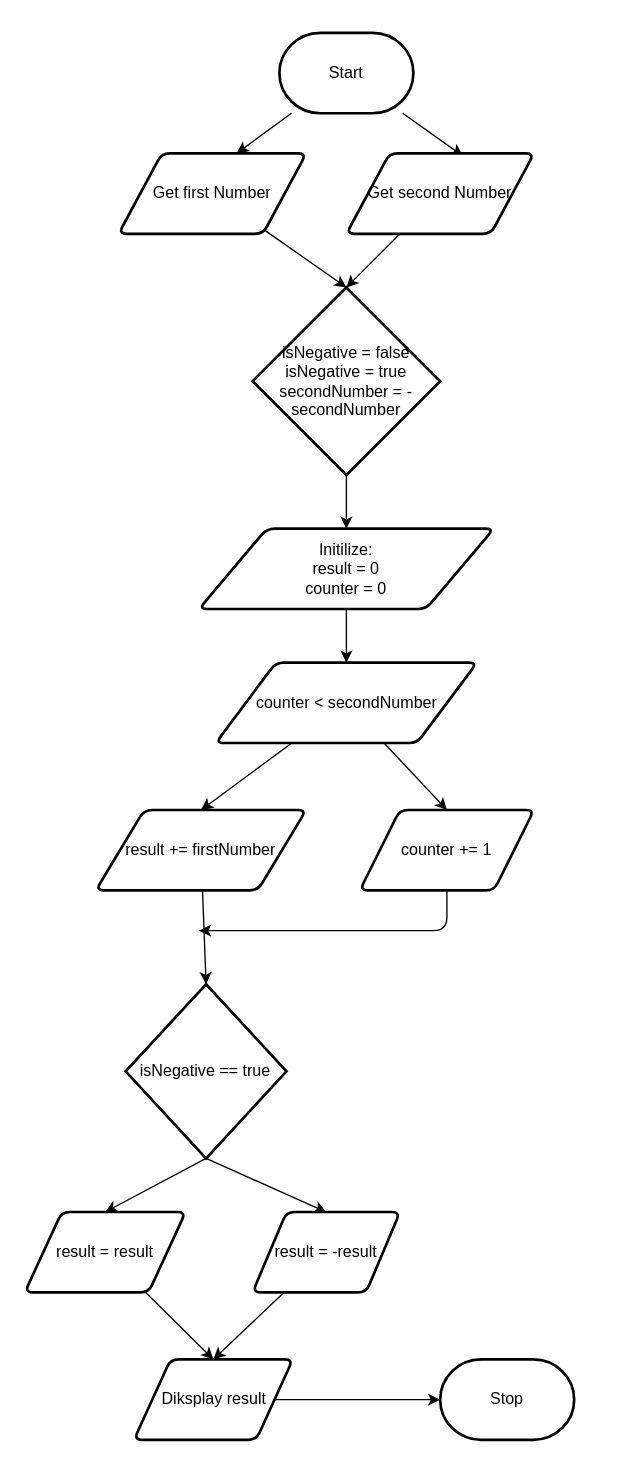
Before: design/flowchart.drawio in MTHS-ICD2O-1-2023/ICD2O-Unit-5-06-tymofii-stepanov, a draw.io diagram. Source tidied: cells renumbered, new cells numbered last; positions are measured from the earlier drawing's top-left corner, leaving out a move shared by most shapes. Both pictures are drawn from the tidied source at 134%, with x=0, y=0 at pixel (24, 32).
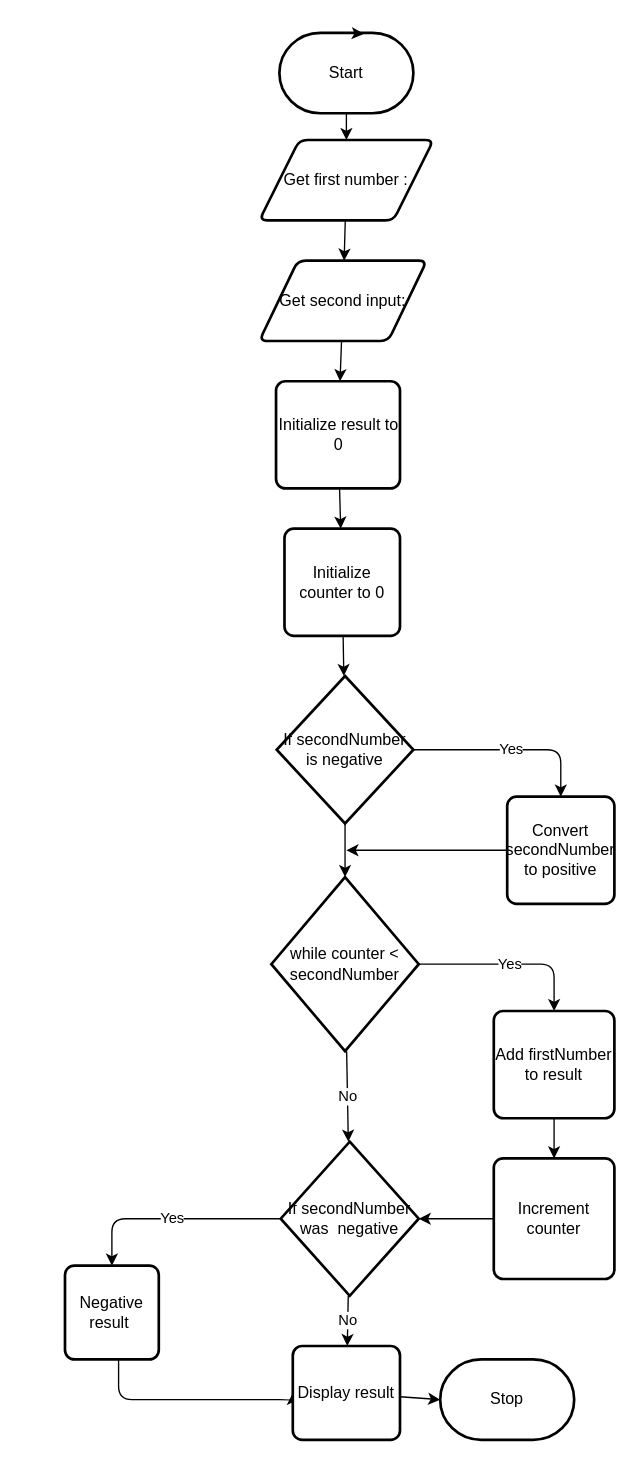
Above is the later version.

Unchanged cells that the change refers to:
```xml
<mxCell id="4" value="Start" style="strokeWidth=2;html=1;shape=mxgraph.flowchart.terminator;whiteSpace=wrap;" parent="1" vertex="1">
  <mxGeometry x="190" width="100" height="60" as="geometry" />
</mxCell>
<mxCell id="5" value="Stop" style="strokeWidth=2;html=1;shape=mxgraph.flowchart.terminator;whiteSpace=wrap;" parent="1" vertex="1">
  <mxGeometry x="310" y="990" width="100" height="60" as="geometry" />
</mxCell>
```

What changed in the source:
```diff
@@
-    <mxCell id="2" style="edgeStyle=none;html=1;entryX=0.629;entryY=0;entryDx=0;entryDy=0;entryPerimeter=0;" parent="1" edge="1" source="4" target="8">
-      <mxGeometry relative="1" as="geometry" />
-    </mxCell>
-    <mxCell id="3" style="edgeStyle=none;html=1;entryX=0.621;entryY=0.033;entryDx=0;entryDy=0;entryPerimeter=0;" parent="1" edge="1" source="4" target="10">
-      <mxGeometry relative="1" as="geometry" />
-    </mxCell>
+    <mxCell id="31" style="edgeStyle=none;html=1;" parent="1" edge="1" source="4" target="33">
+      <mxGeometry relative="1" as="geometry" />
+    </mxCell>
@@
+    <mxCell id="32" style="edgeStyle=none;html=1;" parent="1" edge="1" source="33" target="35">
+      <mxGeometry relative="1" as="geometry" />
+    </mxCell>
+    <mxCell id="33" value="Get first number :" style="shape=parallelogram;html=1;strokeWidth=2;perimeter=parallelogramPerimeter;whiteSpace=wrap;rounded=1;arcSize=12;size=0.23;" parent="1" vertex="1">
+      <mxGeometry x="175" y="80" width="130" height="60" as="geometry" />
+    </mxCell>
+    <mxCell id="34" style="edgeStyle=none;html=1;" parent="1" edge="1" source="35" target="38">
+      <mxGeometry relative="1" as="geometry" />
+    </mxCell>
+    <mxCell id="35" value="Get second input:" style="shape=parallelogram;html=1;strokeWidth=2;perimeter=parallelogramPerimeter;whiteSpace=wrap;rounded=1;arcSize=12;size=0.23;" parent="1" vertex="1">
+      <mxGeometry x="175" y="170" width="125" height="60" as="geometry" />
+    </mxCell>
+    <mxCell id="36" style="edgeStyle=none;html=1;exitX=0.5;exitY=0;exitDx=0;exitDy=0;exitPerimeter=0;entryX=0.63;entryY=0.013;entryDx=0;entryDy=0;entryPerimeter=0;" parent="1" edge="1" source="4" target="4">
+      <mxGeometry relative="1" as="geometry" />
+    </mxCell>
+    <mxCell id="37" style="edgeStyle=none;html=1;" parent="1" edge="1" source="38" target="40">
+      <mxGeometry relative="1" as="geometry" />
+    </mxCell>
+    <mxCell id="38" value="Initialize result to 0" style="rounded=1;whiteSpace=wrap;html=1;absoluteArcSize=1;arcSize=14;strokeWidth=2;" parent="1" vertex="1">
+      <mxGeometry x="187.5" y="260" width="92.5" height="80" as="geometry" />
+    </mxCell>
+    <mxCell id="39" style="edgeStyle=none;html=1;" parent="1" edge="1" source="40" target="41">
+      <mxGeometry relative="1" as="geometry" />
+    </mxCell>
+    <mxCell id="40" value="Initialize counter to 0" style="rounded=1;whiteSpace=wrap;html=1;absoluteArcSize=1;arcSize=14;strokeWidth=2;" parent="1" vertex="1">
+      <mxGeometry x="193.8" y="370" width="86.2" height="80" as="geometry" />
+    </mxCell>
+    <mxCell id="10" value="Yes" style="edgeStyle=orthogonalEdgeStyle;html=1;entryX=0.5;entryY=0;entryDx=0;entryDy=0;" parent="1" edge="1" source="41" target="8">
+      <mxGeometry relative="1" as="geometry" />
+    </mxCell>
+    <mxCell id="3" style="html=1;" parent="1" edge="1" source="41" target="2">
+      <mxGeometry relative="1" as="geometry" />
+    </mxCell>
+    <mxCell id="41" value="If secondNumber&lt;br&gt;is negative" style="strokeWidth=2;html=1;shape=mxgraph.flowchart.decision;whiteSpace=wrap;" parent="1" vertex="1">
+      <mxGeometry x="188" y="480" width="102" height="110" as="geometry" />
+    </mxCell>
+    <mxCell id="12" style="edgeStyle=none;html=1;" parent="1" edge="1" source="8">
+      <mxGeometry relative="1" as="geometry">
+        <mxPoint x="240" y="610" as="targetPoint" />
+      </mxGeometry>
+    </mxCell>
+    <mxCell id="8" value="Convert secondNumber&lt;br&gt;to positive" style="rounded=1;whiteSpace=wrap;html=1;absoluteArcSize=1;arcSize=14;strokeWidth=2;" parent="1" vertex="1">
+      <mxGeometry x="360" y="570" width="80" height="80" as="geometry" />
+    </mxCell>
-    <mxCell id="7" style="edgeStyle=none;html=1;entryX=0.5;entryY=0;entryDx=0;entryDy=0;entryPerimeter=0;" parent="1" edge="1" source="8" target="12">
+    <mxCell id="7" value="Yes" style="edgeStyle=orthogonalEdgeStyle;html=1;entryX=0.5;entryY=0;entryDx=0;entryDy=0;" parent="1" edge="1" source="2" target="9">
       <mxGeometry relative="1" as="geometry" />
     </mxCell>
-    <mxCell id="8" value="Get first Number" style="shape=parallelogram;html=1;strokeWidth=2;perimeter=parallelogramPerimeter;whiteSpace=wrap;rounded=1;arcSize=12;size=0.23;" parent="1" vertex="1">
-      <mxGeometry x="70" y="90" width="140" height="60" as="geometry" />
-    </mxCell>
+    <mxCell id="19" value="No" style="edgeStyle=none;html=1;" parent="1" edge="1" source="2" target="17">
+      <mxGeometry relative="1" as="geometry" />
+    </mxCell>
+    <mxCell id="2" value="while counter &amp;lt;&lt;br&gt;secondNumber" style="strokeWidth=2;html=1;shape=mxgraph.flowchart.decision;whiteSpace=wrap;" parent="1" vertex="1">
+      <mxGeometry x="184" y="630" width="110" height="130" as="geometry" />
+    </mxCell>
+    <mxCell id="11" style="edgeStyle=orthogonalEdgeStyle;html=1;" parent="1" edge="1" source="9" target="14">
+      <mxGeometry relative="1" as="geometry" />
+    </mxCell>
-    <mxCell id="9" style="edgeStyle=none;html=1;entryX=0.5;entryY=0;entryDx=0;entryDy=0;entryPerimeter=0;" parent="1" edge="1" source="10" target="12">
-      <mxGeometry relative="1" as="geometry" />
+    <mxCell id="9" value="Add firstNumber&lt;br&gt;to result" style="rounded=1;whiteSpace=wrap;html=1;absoluteArcSize=1;arcSize=14;strokeWidth=2;" parent="1" vertex="1">
+      <mxGeometry x="350" y="730" width="90" height="80" as="geometry" />
     </mxCell>
-    <mxCell id="10" value="Get second Number" style="shape=parallelogram;html=1;strokeWidth=2;perimeter=parallelogramPerimeter;whiteSpace=wrap;rounded=1;arcSize=12;size=0.23;" parent="1" vertex="1">
-      <mxGeometry x="240" y="90" width="140" height="60" as="geometry" />
-    </mxCell>
-    <mxCell id="11" style="edgeStyle=none;html=1;" parent="1" edge="1" source="12" target="14">
-      <mxGeometry relative="1" as="geometry" />
-    </mxCell>
-    <mxCell id="12" value="isNegative = false&lt;br&gt;isNegative = true&lt;br&gt;secondNumber = -secondNumber" style="strokeWidth=2;html=1;shape=mxgraph.flowchart.decision;whiteSpace=wrap;" parent="1" vertex="1">
-      <mxGeometry x="170" y="190" width="140" height="140" as="geometry" />
-    </mxCell>
-    <mxCell id="13" style="edgeStyle=none;html=1;" parent="1" edge="1" source="14" target="17">
+    <mxCell id="13" style="html=1;entryX=1;entryY=0.5;entryDx=0;entryDy=0;entryPerimeter=0;" parent="1" edge="1" source="14" target="17">
       <mxGeometry relative="1" as="geometry" />
     </mxCell>
-    <mxCell id="14" value="Initilize:&lt;br&gt;result = 0&lt;br&gt;counter = 0" style="shape=parallelogram;html=1;strokeWidth=2;perimeter=parallelogramPerimeter;whiteSpace=wrap;rounded=1;arcSize=12;size=0.23;" parent="1" vertex="1">
-      <mxGeometry x="130" y="370" width="220" height="60" as="geometry" />
+    <mxCell id="14" value="Increment counter" style="rounded=1;whiteSpace=wrap;html=1;absoluteArcSize=1;arcSize=14;strokeWidth=2;" parent="1" vertex="1">
+      <mxGeometry x="350" y="840" width="90" height="90" as="geometry" />
     </mxCell>
+    <mxCell id="21" value="Yes" style="edgeStyle=orthogonalEdgeStyle;html=1;entryX=0.5;entryY=0;entryDx=0;entryDy=0;" parent="1" edge="1" source="17" target="15">
+      <mxGeometry relative="1" as="geometry" />
+    </mxCell>
+    <mxCell id="42" value="No" style="html=1;" parent="1" edge="1" source="17" target="16">
+      <mxGeometry relative="1" as="geometry" />
+    </mxCell>
+    <mxCell id="17" value="If secondNumber&lt;br&gt;was&amp;nbsp; negative" style="strokeWidth=2;html=1;shape=mxgraph.flowchart.decision;whiteSpace=wrap;" parent="1" vertex="1">
+      <mxGeometry x="191" y="827.5" width="103" height="115" as="geometry" />
+    </mxCell>
+    <mxCell id="24" style="edgeStyle=orthogonalEdgeStyle;html=1;entryX=0;entryY=0.5;entryDx=0;entryDy=0;" parent="1" edge="1" source="15" target="16">
+      <mxGeometry relative="1" as="geometry">
+        <Array as="points">
+          <mxPoint x="70" y="1020" />
+          <mxPoint x="200" y="1020" />
+        </Array>
+      </mxGeometry>
+    </mxCell>
-    <mxCell id="15" style="edgeStyle=none;html=1;entryX=0.5;entryY=0;entryDx=0;entryDy=0;" parent="1" edge="1" source="17" target="19">
-      <mxGeometry relative="1" as="geometry" />
+    <mxCell id="15" value="Negative result&amp;nbsp;" style="rounded=1;whiteSpace=wrap;html=1;absoluteArcSize=1;arcSize=14;strokeWidth=2;" parent="1" vertex="1">
+      <mxGeometry x="30" y="920" width="70" height="70" as="geometry" />
     </mxCell>
+    <mxCell id="18" style="edgeStyle=none;html=1;entryX=0;entryY=0.5;entryDx=0;entryDy=0;entryPerimeter=0;" parent="1" edge="1" source="16" target="5">
+      <mxGeometry relative="1" as="geometry" />
+    </mxCell>
-    <mxCell id="16" style="edgeStyle=none;html=1;entryX=0.5;entryY=0;entryDx=0;entryDy=0;" parent="1" edge="1" source="17" target="21">
-      <mxGeometry relative="1" as="geometry" />
+    <mxCell id="16" value="Display result" style="rounded=1;whiteSpace=wrap;html=1;absoluteArcSize=1;arcSize=14;strokeWidth=2;" parent="1" vertex="1">
+      <mxGeometry x="200" y="980" width="80" height="70" as="geometry" />
     </mxCell>
-    <mxCell id="17" value="counter &lt; secondNumber" style="shape=parallelogram;html=1;strokeWidth=2;perimeter=parallelogramPerimeter;whiteSpace=wrap;rounded=1;arcSize=12;size=0.23;" parent="1" vertex="1">
-      <mxGeometry x="142.5" y="470" width="195" height="60" as="geometry" />
-    </mxCell>
-    <mxCell id="18" style="edgeStyle=none;html=1;entryX=0.5;entryY=0;entryDx=0;entryDy=0;entryPerimeter=0;" parent="1" edge="1" source="19" target="24">
-      <mxGeometry relative="1" as="geometry" />
-    </mxCell>
-    <mxCell id="19" value="result += firstNumber" style="shape=parallelogram;html=1;strokeWidth=2;perimeter=parallelogramPerimeter;whiteSpace=wrap;rounded=1;arcSize=12;size=0.23;" parent="1" vertex="1">
-      <mxGeometry x="53" y="580" width="157" height="60" as="geometry" />
-    </mxCell>
-    <mxCell id="20" style="edgeStyle=orthogonalEdgeStyle;html=1;" parent="1" edge="1" source="21">
-      <mxGeometry relative="1" as="geometry">
-        <mxPoint x="130" y="670" as="targetPoint" />
-        <Array as="points">
-          <mxPoint x="315" y="670" />
-        </Array>
-      </mxGeometry>
-    </mxCell>
-    <mxCell id="21" value="counter += 1" style="shape=parallelogram;html=1;strokeWidth=2;perimeter=parallelogramPerimeter;whiteSpace=wrap;rounded=1;arcSize=12;size=0.23;" parent="1" vertex="1">
-      <mxGeometry x="250" y="580" width="130" height="60" as="geometry" />
-    </mxCell>
-    <mxCell id="22" style="html=1;entryX=0.5;entryY=0;entryDx=0;entryDy=0;exitX=0.5;exitY=1;exitDx=0;exitDy=0;exitPerimeter=0;" parent="1" edge="1" source="24" target="28">
-      <mxGeometry relative="1" as="geometry" />
-    </mxCell>
-    <mxCell id="23" style="edgeStyle=none;html=1;entryX=0.5;entryY=0;entryDx=0;entryDy=0;exitX=0.5;exitY=1;exitDx=0;exitDy=0;exitPerimeter=0;" parent="1" edge="1" source="24" target="26">
-      <mxGeometry relative="1" as="geometry" />
-    </mxCell>
-    <mxCell id="24" value="isNegative == true" style="strokeWidth=2;html=1;shape=mxgraph.flowchart.decision;whiteSpace=wrap;" parent="1" vertex="1">
-      <mxGeometry x="75.3" y="710" width="120" height="130" as="geometry" />
-    </mxCell>
-    <mxCell id="25" style="edgeStyle=none;html=1;entryX=0.5;entryY=0;entryDx=0;entryDy=0;" parent="1" edge="1" source="26" target="30">
-      <mxGeometry relative="1" as="geometry" />
-    </mxCell>
-    <mxCell id="26" value="result = result" style="shape=parallelogram;html=1;strokeWidth=2;perimeter=parallelogramPerimeter;whiteSpace=wrap;rounded=1;arcSize=12;size=0.23;" parent="1" vertex="1">
-      <mxGeometry y="880" width="120" height="60" as="geometry" />
-    </mxCell>
-    <mxCell id="27" style="edgeStyle=none;html=1;entryX=0.5;entryY=0;entryDx=0;entryDy=0;" parent="1" edge="1" source="28" target="30">
-      <mxGeometry relative="1" as="geometry" />
-    </mxCell>
-    <mxCell id="28" value="result = -result" style="shape=parallelogram;html=1;strokeWidth=2;perimeter=parallelogramPerimeter;whiteSpace=wrap;rounded=1;arcSize=12;size=0.23;" parent="1" vertex="1">
-      <mxGeometry x="170" y="880" width="110" height="60" as="geometry" />
-    </mxCell>
-    <mxCell id="29" style="edgeStyle=none;html=1;" parent="1" edge="1" source="30" target="5">
-      <mxGeometry relative="1" as="geometry" />
-    </mxCell>
-    <mxCell id="30" value="Diksplay result" style="shape=parallelogram;html=1;strokeWidth=2;perimeter=parallelogramPerimeter;whiteSpace=wrap;rounded=1;arcSize=12;size=0.23;" parent="1" vertex="1">
-      <mxGeometry x="81.5" y="990" width="118.5" height="60" as="geometry" />
-    </mxCell>
```
